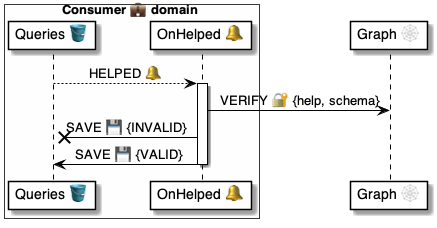
The PlantUML diagram 4 ⚙️ Solution/41 🎭 Domain Roles/Consumers 💼/💼🪣 Consumer tables/Invites 🗄️ table/🪣🧱 21 Helped 🔔 event/💼 OnInviteHelped ⚙️ uml.png in pollyweb-org/pollyweb-docs, before a commit. Its source is kept beside it as 4 ⚙️ Solution/41 🎭 Domain Roles/Consumers 💼/💼🪣 Consumer tables/Invites 🗄️ table/🪣🧱 21 Helped 🔔 event/💼 OnInviteHelped ⚙️ uml.puml.
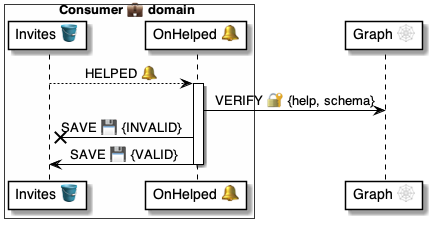
The same file after the commit.

What changed in the source:
```diff
@@ -1,7 +1,7 @@
 @startuml OnInviteHelped
 
 box Consumer 💼 domain #FFFFFA
-    participant "Queries 🪣" as table
+    participant "Invites 🪣" as table
     participant "OnHelped 🔔" as handler
 end box
 participant "Graph 🕸" as graph
```
